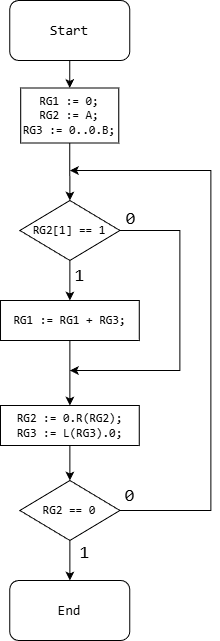
Before: semestr4/CA1 (Computer Architecture Part 1)/labs/lab1/media/png files/alg.png, a diagram exported from draw.io (davidchyk/university_roadmap). Source tidied: cells renumbered, new cells last; positions are measured from the earlier drawing's top-left corner, leaving out a move shared by most shapes. Its diagram source:
```xml
<mxGraphModel>
  <root>
    <mxCell id="0" />
    <mxCell id="1" parent="0" />
    <mxCell id="2" style="edgeStyle=orthogonalEdgeStyle;rounded=0;jettySize=auto;html=1;entryX=0.5;entryY=0;entryDx=0;entryDy=0;" parent="1" edge="1" source="3" target="6">
      <mxGeometry relative="1" as="geometry" />
    </mxCell>
    <mxCell id="3" value="&lt;font face=&quot;Consolas&quot;&gt;RG1 := 0;&lt;br&gt;RG2 := A;&lt;br&gt;RG3 := 0..0.B;&lt;/font&gt;" style="rounded=0;whiteSpace=wrap;html=1;" parent="1" vertex="1">
      <mxGeometry x="20.2" y="87.5" width="98.1" height="55" as="geometry" />
    </mxCell>
    <mxCell id="4" style="edgeStyle=orthogonalEdgeStyle;rounded=0;jettySize=auto;html=1;" parent="1" edge="1" source="6">
      <mxGeometry relative="1" as="geometry">
        <mxPoint x="69.4" y="370" as="targetPoint" />
        <Array as="points">
          <mxPoint x="179.4" y="230" />
          <mxPoint x="179.4" y="370" />
          <mxPoint x="69.4" y="370" />
        </Array>
      </mxGeometry>
    </mxCell>
    <mxCell id="5" style="edgeStyle=orthogonalEdgeStyle;rounded=0;jettySize=auto;html=1;entryX=0.5;entryY=0;entryDx=0;entryDy=0;" parent="1" edge="1" source="6" target="8">
      <mxGeometry relative="1" as="geometry" />
    </mxCell>
    <mxCell id="6" value="&lt;font face=&quot;Consolas&quot;&gt;RG2[1] == 1&lt;/font&gt;" style="rhombus;whiteSpace=wrap;html=1;" parent="1" vertex="1">
      <mxGeometry x="19.4" y="200" width="100" height="60" as="geometry" />
    </mxCell>
    <mxCell id="7" style="edgeStyle=orthogonalEdgeStyle;rounded=0;jettySize=auto;html=1;entryX=0.5;entryY=0;entryDx=0;entryDy=0;" parent="1" edge="1" source="8" target="17">
      <mxGeometry relative="1" as="geometry" />
    </mxCell>
    <mxCell id="8" value="&lt;font face=&quot;Consolas&quot;&gt;RG1 := RG1 + RG3;&lt;/font&gt;" style="rounded=0;whiteSpace=wrap;html=1;" parent="1" vertex="1">
      <mxGeometry y="300" width="138.8" height="40" as="geometry" />
    </mxCell>
    <mxCell id="9" style="edgeStyle=orthogonalEdgeStyle;rounded=0;jettySize=auto;html=1;" parent="1" edge="1" source="10">
      <mxGeometry relative="1" as="geometry">
        <mxPoint x="69.4" y="170" as="targetPoint" />
        <Array as="points">
          <mxPoint x="210.4" y="510" />
        </Array>
      </mxGeometry>
    </mxCell>
    <mxCell id="10" value="&lt;font face=&quot;Consolas&quot;&gt;RG2 == 0&lt;/font&gt;" style="rhombus;whiteSpace=wrap;html=1;" parent="1" vertex="1">
      <mxGeometry x="19.4" y="480" width="100" height="60" as="geometry" />
    </mxCell>
    <mxCell id="11" style="edgeStyle=orthogonalEdgeStyle;rounded=0;jettySize=auto;html=1;entryX=0.5;entryY=0;entryDx=0;entryDy=0;entryPerimeter=0;" parent="1" edge="1" source="10">
      <mxGeometry relative="1" as="geometry">
        <mxPoint x="69.4" y="580" as="targetPoint" />
      </mxGeometry>
    </mxCell>
    <mxCell id="12" value="&lt;font style=&quot;font-size: 18px;&quot; face=&quot;Consolas&quot;&gt;0&lt;/font&gt;" style="text;html=1;align=center;verticalAlign=middle;strokeColor=none;fillColor=none;" parent="1" vertex="1">
      <mxGeometry x="113.8" y="475" width="30" height="40" as="geometry" />
    </mxCell>
    <mxCell id="13" value="&lt;font style=&quot;font-size: 18px;&quot; face=&quot;Consolas&quot;&gt;1&lt;/font&gt;" style="text;html=1;align=center;verticalAlign=middle;strokeColor=none;fillColor=none;" parent="1" vertex="1">
      <mxGeometry x="69.4" y="532" width="30" height="40" as="geometry" />
    </mxCell>
    <mxCell id="14" value="&lt;font style=&quot;font-size: 18px;&quot; face=&quot;Consolas&quot;&gt;0&lt;/font&gt;" style="text;html=1;align=center;verticalAlign=middle;strokeColor=none;fillColor=none;" parent="1" vertex="1">
      <mxGeometry x="114.8" y="198" width="30" height="40" as="geometry" />
    </mxCell>
    <mxCell id="15" value="&lt;font style=&quot;font-size: 18px;&quot; face=&quot;Consolas&quot;&gt;1&lt;/font&gt;" style="text;html=1;align=center;verticalAlign=middle;strokeColor=none;fillColor=none;" parent="1" vertex="1">
      <mxGeometry x="64.4" y="255" width="30" height="40" as="geometry" />
    </mxCell>
    <mxCell id="16" style="edgeStyle=orthogonalEdgeStyle;rounded=0;jettySize=auto;html=1;entryX=0.5;entryY=0;entryDx=0;entryDy=0;" parent="1" edge="1" source="17" target="10">
      <mxGeometry relative="1" as="geometry" />
    </mxCell>
    <mxCell id="17" value="&lt;font face=&quot;Consolas&quot;&gt;RG2 := 0.R(RG2);&lt;br&gt;RG3 := L(RG3).0;&lt;/font&gt;" style="rounded=0;whiteSpace=wrap;html=1;" parent="1" vertex="1">
      <mxGeometry y="405" width="138.8" height="40" as="geometry" />
    </mxCell>
    <mxCell id="18" style="edgeStyle=orthogonalEdgeStyle;rounded=0;jettySize=auto;html=1;entryX=0.5;entryY=0;entryDx=0;entryDy=0;" parent="1" edge="1" source="19" target="3">
      <mxGeometry relative="1" as="geometry" />
    </mxCell>
    <mxCell id="19" value="&lt;span style=&quot;font-size: 14px;&quot;&gt;&lt;font face=&quot;Consolas&quot;&gt;Start&lt;/font&gt;&lt;/span&gt;" style="rounded=1;whiteSpace=wrap;html=1;" parent="1" vertex="1">
      <mxGeometry x="9.2" width="120" height="60" as="geometry" />
    </mxCell>
    <mxCell id="20" value="&lt;span style=&quot;font-size: 14px;&quot;&gt;&lt;font face=&quot;Consolas&quot;&gt;End&lt;/font&gt;&lt;/span&gt;" style="rounded=1;whiteSpace=wrap;html=1;" parent="1" vertex="1">
      <mxGeometry x="9.2" y="580" width="120" height="60" as="geometry" />
    </mxCell>
  </root>
</mxGraphModel>
```
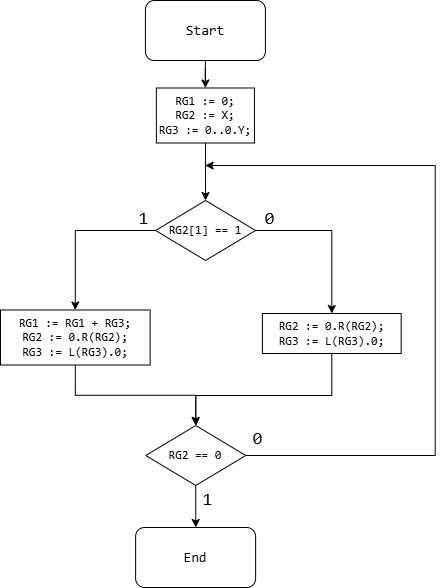
After the change.

The edit, as a diff of the source:
```diff
@@ -2,76 +2,76 @@
   <root>
     <mxCell id="0" />
     <mxCell id="1" parent="0" />
-    <mxCell id="2" style="edgeStyle=orthogonalEdgeStyle;rounded=0;jettySize=auto;html=1;entryX=0.5;entryY=0;entryDx=0;entryDy=0;" parent="1" edge="1" source="3" target="6">
-      <mxGeometry relative="1" as="geometry" />
-    </mxCell>
-    <mxCell id="3" value="&lt;font face=&quot;Consolas&quot;&gt;RG1 := 0;&lt;br&gt;RG2 := A;&lt;br&gt;RG3 := 0..0.B;&lt;/font&gt;" style="rounded=0;whiteSpace=wrap;html=1;" parent="1" vertex="1">
-      <mxGeometry x="20.2" y="87.5" width="98.1" height="55" as="geometry" />
-    </mxCell>
-    <mxCell id="4" style="edgeStyle=orthogonalEdgeStyle;rounded=0;jettySize=auto;html=1;" parent="1" edge="1" source="6">
-      <mxGeometry relative="1" as="geometry">
-        <mxPoint x="69.4" y="370" as="targetPoint" />
-        <Array as="points">
-          <mxPoint x="179.4" y="230" />
-          <mxPoint x="179.4" y="370" />
-          <mxPoint x="69.4" y="370" />
-        </Array>
-      </mxGeometry>
-    </mxCell>
-    <mxCell id="5" style="edgeStyle=orthogonalEdgeStyle;rounded=0;jettySize=auto;html=1;entryX=0.5;entryY=0;entryDx=0;entryDy=0;" parent="1" edge="1" source="6" target="8">
-      <mxGeometry relative="1" as="geometry" />
-    </mxCell>
+    <mxCell id="21" style="edgeStyle=orthogonalEdgeStyle;rounded=0;jettySize=auto;html=1;entryX=0.5;entryY=0;entryDx=0;entryDy=0;" parent="1" edge="1" source="22" target="6">
+      <mxGeometry relative="1" as="geometry" />
+    </mxCell>
+    <mxCell id="22" value="&lt;font face=&quot;Consolas&quot;&gt;RG1 := 0;&lt;br&gt;RG2 := X;&lt;br&gt;RG3 := 0..0.Y;&lt;/font&gt;" style="rounded=0;whiteSpace=wrap;html=1;" parent="1" vertex="1">
+      <mxGeometry x="5.9" y="167.5" width="98.1" height="55" as="geometry" />
+    </mxCell>
+    <mxCell id="23" style="edgeStyle=orthogonalEdgeStyle;rounded=0;jettySize=auto;html=1;entryX=0.5;entryY=0;entryDx=0;entryDy=0;" parent="1" edge="1" source="6" target="26">
+      <mxGeometry relative="1" as="geometry" />
+    </mxCell>
+    <mxCell id="24" style="edgeStyle=orthogonalEdgeStyle;rounded=0;jettySize=auto;html=1;exitX=1;exitY=0.5;exitDx=0;exitDy=0;entryX=0.5;entryY=0;entryDx=0;entryDy=0;" parent="1" edge="1" source="6" target="17">
+      <mxGeometry relative="1" as="geometry" />
+    </mxCell>
     <mxCell id="6" value="&lt;font face=&quot;Consolas&quot;&gt;RG2[1] == 1&lt;/font&gt;" style="rhombus;whiteSpace=wrap;html=1;" parent="1" vertex="1">
-      <mxGeometry x="19.4" y="200" width="100" height="60" as="geometry" />
+      <mxGeometry x="5.1" y="280" width="100" height="60" as="geometry" />
     </mxCell>
-    <mxCell id="7" style="edgeStyle=orthogonalEdgeStyle;rounded=0;jettySize=auto;html=1;entryX=0.5;entryY=0;entryDx=0;entryDy=0;" parent="1" edge="1" source="8" target="17">
-      <mxGeometry relative="1" as="geometry" />
-    </mxCell>
-    <mxCell id="8" value="&lt;font face=&quot;Consolas&quot;&gt;RG1 := RG1 + RG3;&lt;/font&gt;" style="rounded=0;whiteSpace=wrap;html=1;" parent="1" vertex="1">
-      <mxGeometry y="300" width="138.8" height="40" as="geometry" />
-    </mxCell>
-    <mxCell id="9" style="edgeStyle=orthogonalEdgeStyle;rounded=0;jettySize=auto;html=1;" parent="1" edge="1" source="10">
-      <mxGeometry relative="1" as="geometry">
-        <mxPoint x="69.4" y="170" as="targetPoint" />
-        <Array as="points">
-          <mxPoint x="210.4" y="510" />
-        </Array>
-      </mxGeometry>
-    </mxCell>
+    <mxCell id="25" style="edgeStyle=orthogonalEdgeStyle;rounded=0;jettySize=auto;html=1;entryX=0.5;entryY=0;entryDx=0;entryDy=0;exitX=0.5;exitY=1;exitDx=0;exitDy=0;" parent="1" edge="1" source="26" target="10">
+      <mxGeometry relative="1" as="geometry" />
+    </mxCell>
+    <mxCell id="26" value="&lt;font face=&quot;Consolas&quot;&gt;RG1 := RG1 + RG3;&lt;/font&gt;&lt;div&gt;&lt;span style=&quot;font-family: Consolas;&quot;&gt;RG2 := 0.R(RG2);&lt;/span&gt;&lt;br style=&quot;font-family: Consolas;&quot;&gt;&lt;span style=&quot;font-family: Consolas;&quot;&gt;RG3 := L(RG3).0;&lt;/span&gt;&lt;font face=&quot;Consolas&quot;&gt;&lt;/font&gt;&lt;/div&gt;" style="rounded=0;whiteSpace=wrap;html=1;" parent="1" vertex="1">
+      <mxGeometry x="-150" y="389.5" width="149.6" height="55" as="geometry" />
+    </mxCell>
+    <mxCell id="27" style="edgeStyle=orthogonalEdgeStyle;rounded=0;orthogonalLoop=1;jettySize=auto;html=1;exitX=1;exitY=0.5;exitDx=0;exitDy=0;" parent="1" edge="1">
+      <mxGeometry relative="1" as="geometry">
+        <mxPoint x="92.3" y="535" as="sourcePoint" />
+        <mxPoint x="54.7" y="245" as="targetPoint" />
+        <Array as="points">
+          <mxPoint x="284.7" y="535" />
+          <mxPoint x="284.7" y="245" />
+        </Array>
+      </mxGeometry>
+    </mxCell>
     <mxCell id="10" value="&lt;font face=&quot;Consolas&quot;&gt;RG2 == 0&lt;/font&gt;" style="rhombus;whiteSpace=wrap;html=1;" parent="1" vertex="1">
-      <mxGeometry x="19.4" y="480" width="100" height="60" as="geometry" />
+      <mxGeometry x="-4.7" y="505" width="100" height="60" as="geometry" />
     </mxCell>
-    <mxCell id="11" style="edgeStyle=orthogonalEdgeStyle;rounded=0;jettySize=auto;html=1;entryX=0.5;entryY=0;entryDx=0;entryDy=0;entryPerimeter=0;" parent="1" edge="1" source="10">
-      <mxGeometry relative="1" as="geometry">
-        <mxPoint x="69.4" y="580" as="targetPoint" />
-      </mxGeometry>
-    </mxCell>
-    <mxCell id="12" value="&lt;font style=&quot;font-size: 18px;&quot; face=&quot;Consolas&quot;&gt;0&lt;/font&gt;" style="text;html=1;align=center;verticalAlign=middle;strokeColor=none;fillColor=none;" parent="1" vertex="1">
-      <mxGeometry x="113.8" y="475" width="30" height="40" as="geometry" />
-    </mxCell>
-    <mxCell id="13" value="&lt;font style=&quot;font-size: 18px;&quot; face=&quot;Consolas&quot;&gt;1&lt;/font&gt;" style="text;html=1;align=center;verticalAlign=middle;strokeColor=none;fillColor=none;" parent="1" vertex="1">
-      <mxGeometry x="69.4" y="532" width="30" height="40" as="geometry" />
-    </mxCell>
-    <mxCell id="14" value="&lt;font style=&quot;font-size: 18px;&quot; face=&quot;Consolas&quot;&gt;0&lt;/font&gt;" style="text;html=1;align=center;verticalAlign=middle;strokeColor=none;fillColor=none;" parent="1" vertex="1">
-      <mxGeometry x="114.8" y="198" width="30" height="40" as="geometry" />
-    </mxCell>
-    <mxCell id="15" value="&lt;font style=&quot;font-size: 18px;&quot; face=&quot;Consolas&quot;&gt;1&lt;/font&gt;" style="text;html=1;align=center;verticalAlign=middle;strokeColor=none;fillColor=none;" parent="1" vertex="1">
-      <mxGeometry x="64.4" y="255" width="30" height="40" as="geometry" />
-    </mxCell>
+    <mxCell id="28" style="edgeStyle=orthogonalEdgeStyle;rounded=0;jettySize=auto;html=1;entryX=0.5;entryY=0;entryDx=0;entryDy=0;entryPerimeter=0;" parent="1" edge="1" source="10">
+      <mxGeometry relative="1" as="geometry">
+        <mxPoint x="45.2" y="607" as="targetPoint" />
+      </mxGeometry>
+    </mxCell>
+    <mxCell id="29" value="&lt;font style=&quot;font-size: 18px;&quot; face=&quot;Consolas&quot;&gt;0&lt;/font&gt;" style="text;html=1;align=center;verticalAlign=middle;strokeColor=none;fillColor=none;" parent="1" vertex="1">
+      <mxGeometry x="92" y="498" width="30" height="40" as="geometry" />
+    </mxCell>
+    <mxCell id="30" value="&lt;font style=&quot;font-size: 18px;&quot; face=&quot;Consolas&quot;&gt;1&lt;/font&gt;" style="text;html=1;align=center;verticalAlign=middle;strokeColor=none;fillColor=none;" parent="1" vertex="1">
+      <mxGeometry x="42.1" y="559" width="30" height="40" as="geometry" />
+    </mxCell>
+    <mxCell id="31" value="&lt;font style=&quot;font-size: 18px;&quot; face=&quot;Consolas&quot;&gt;0&lt;/font&gt;" style="text;html=1;align=center;verticalAlign=middle;strokeColor=none;fillColor=none;" parent="1" vertex="1">
+      <mxGeometry x="104" y="277.5" width="30" height="40" as="geometry" />
+    </mxCell>
+    <mxCell id="32" value="&lt;font style=&quot;font-size: 18px;&quot; face=&quot;Consolas&quot;&gt;1&lt;/font&gt;" style="text;html=1;align=center;verticalAlign=middle;strokeColor=none;fillColor=none;" parent="1" vertex="1">
+      <mxGeometry x="-22.3" y="277.5" width="30" height="40" as="geometry" />
+    </mxCell>
+    <mxCell id="33" style="edgeStyle=orthogonalEdgeStyle;rounded=0;jettySize=auto;html=1;entryX=0.5;entryY=0;entryDx=0;entryDy=0;" parent="1" edge="1" source="19" target="22">
+      <mxGeometry relative="1" as="geometry" />
+    </mxCell>
+    <mxCell id="19" value="&lt;span style=&quot;font-size: 14px;&quot;&gt;&lt;font face=&quot;Consolas&quot;&gt;Start&lt;/font&gt;&lt;/span&gt;" style="rounded=1;whiteSpace=wrap;html=1;" parent="1" vertex="1">
+      <mxGeometry x="-5.1" y="80" width="120" height="60" as="geometry" />
+    </mxCell>
+    <mxCell id="20" value="&lt;span style=&quot;font-size: 14px;&quot;&gt;&lt;font face=&quot;Consolas&quot;&gt;End&lt;/font&gt;&lt;/span&gt;" style="rounded=1;whiteSpace=wrap;html=1;" parent="1" vertex="1">
+      <mxGeometry x="-14.9" y="607" width="120" height="60" as="geometry" />
+    </mxCell>
-    <mxCell id="16" style="edgeStyle=orthogonalEdgeStyle;rounded=0;jettySize=auto;html=1;entryX=0.5;entryY=0;entryDx=0;entryDy=0;" parent="1" edge="1" source="17" target="10">
-      <mxGeometry relative="1" as="geometry" />
+    <mxCell id="16" style="edgeStyle=orthogonalEdgeStyle;rounded=0;jettySize=auto;html=1;entryX=0.5;entryY=0;entryDx=0;entryDy=0;exitX=0.5;exitY=1;exitDx=0;exitDy=0;" parent="1" edge="1" source="17" target="10">
+      <mxGeometry relative="1" as="geometry">
+        <Array as="points">
+          <mxPoint x="181.7" y="475" />
+          <mxPoint x="45.7" y="475" />
+        </Array>
+      </mxGeometry>
     </mxCell>
     <mxCell id="17" value="&lt;font face=&quot;Consolas&quot;&gt;RG2 := 0.R(RG2);&lt;br&gt;RG3 := L(RG3).0;&lt;/font&gt;" style="rounded=0;whiteSpace=wrap;html=1;" parent="1" vertex="1">
-      <mxGeometry y="405" width="138.8" height="40" as="geometry" />
+      <mxGeometry x="111.9" y="393" width="138.8" height="40" as="geometry" />
     </mxCell>
-    <mxCell id="18" style="edgeStyle=orthogonalEdgeStyle;rounded=0;jettySize=auto;html=1;entryX=0.5;entryY=0;entryDx=0;entryDy=0;" parent="1" edge="1" source="19" target="3">
-      <mxGeometry relative="1" as="geometry" />
-    </mxCell>
-    <mxCell id="19" value="&lt;span style=&quot;font-size: 14px;&quot;&gt;&lt;font face=&quot;Consolas&quot;&gt;Start&lt;/font&gt;&lt;/span&gt;" style="rounded=1;whiteSpace=wrap;html=1;" parent="1" vertex="1">
-      <mxGeometry x="9.2" width="120" height="60" as="geometry" />
-    </mxCell>
-    <mxCell id="20" value="&lt;span style=&quot;font-size: 14px;&quot;&gt;&lt;font face=&quot;Consolas&quot;&gt;End&lt;/font&gt;&lt;/span&gt;" style="rounded=1;whiteSpace=wrap;html=1;" parent="1" vertex="1">
-      <mxGeometry x="9.2" y="580" width="120" height="60" as="geometry" />
-    </mxCell>
   </root>
 </mxGraphModel>
```
